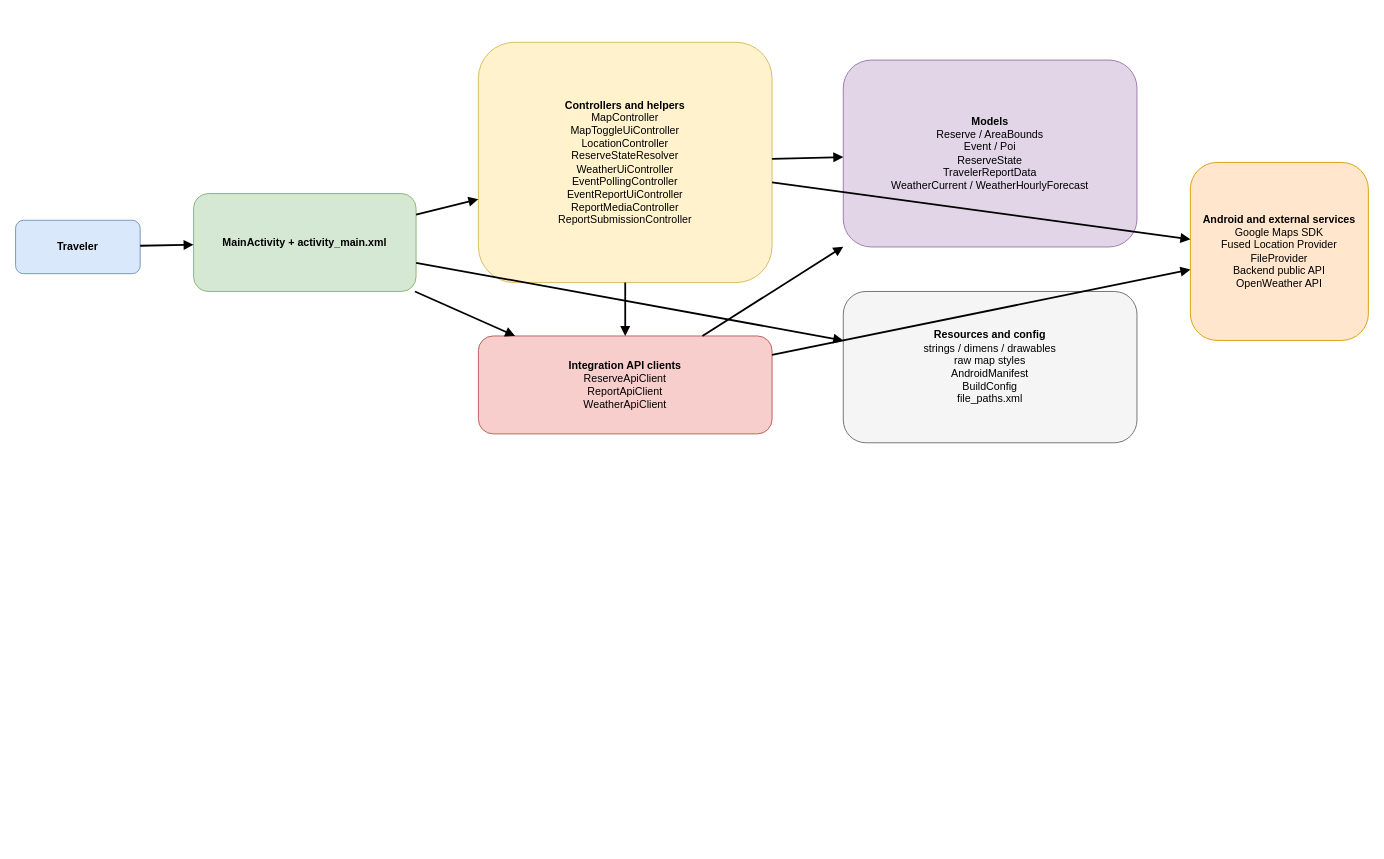
Above: page "Architecture" (1 of 2) of docs/traveler_app_block_diagram.drawio in noamzaiden/nature-reserve-management-system (draw.io), before the change. Source tidied: cells renumbered, new cells numbered last; positions are measured from the earlier drawing's top-left corner, leaving out a move shared by most shapes. Both pictures are drawn from the tidied source at 89%, with x=0, y=0 at pixel (15, 42).
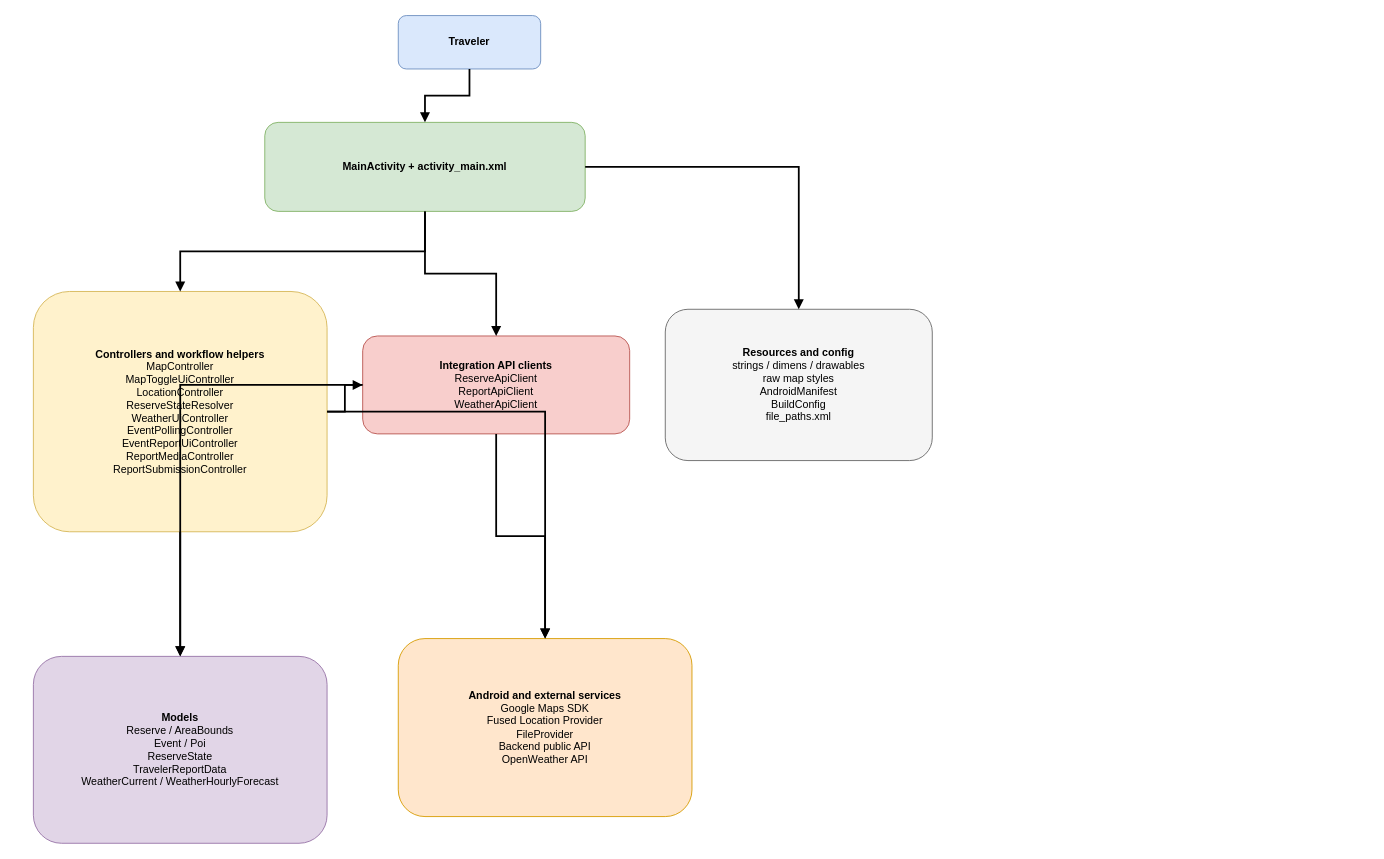
The same diagram, later.

Diff of the diagram source:
```diff
@@
 <mxGraphModel>
   <root>
     <mxCell id="0" />
     <mxCell id="1" parent="0" />
     <mxCell id="2" value="Traveler" style="rounded=1;whiteSpace=wrap;html=1;fillColor=#dae8fc;strokeColor=#6c8ebf;fontStyle=1;" parent="1" vertex="1">
-      <mxGeometry y="200" width="140" height="60" as="geometry" />
+      <mxGeometry x="430" y="-30" width="160" height="60" as="geometry" />
     </mxCell>
     <mxCell id="3" value="MainActivity + activity_main.xml" style="rounded=1;whiteSpace=wrap;html=1;fillColor=#d5e8d4;strokeColor=#82b366;fontStyle=1;" parent="1" vertex="1">
-      <mxGeometry x="200" y="170" width="250" height="110" as="geometry" />
+      <mxGeometry x="280" y="90" width="360" height="100" as="geometry" />
     </mxCell>
-    <mxCell id="4" value="Controllers and helpers&lt;br&gt;&lt;span style=&quot;font-weight: normal;&quot;&gt;MapController&lt;br&gt;MapToggleUiController&lt;br&gt;LocationController&lt;br&gt;ReserveStateResolver&lt;br&gt;WeatherUiController&lt;br&gt;EventPollingController&lt;br&gt;EventReportUiController&lt;br&gt;ReportMediaController&lt;br&gt;ReportSubmissionController&lt;/span&gt;" style="rounded=1;whiteSpace=wrap;html=1;fillColor=#fff2cc;strokeColor=#d6b656;fontStyle=1;" parent="1" vertex="1">
-      <mxGeometry x="520" width="330" height="270" as="geometry" />
+    <mxCell id="4" value="Controllers and workflow helpers&lt;br&gt;&lt;span style=&quot;font-weight: normal;&quot;&gt;MapController&lt;br&gt;MapToggleUiController&lt;br&gt;LocationController&lt;br&gt;ReserveStateResolver&lt;br&gt;WeatherUiController&lt;br&gt;EventPollingController&lt;br&gt;EventReportUiController&lt;br&gt;ReportMediaController&lt;br&gt;ReportSubmissionController&lt;/span&gt;" style="rounded=1;whiteSpace=wrap;html=1;fillColor=#fff2cc;strokeColor=#d6b656;fontStyle=1;" parent="1" vertex="1">
+      <mxGeometry x="20" y="280" width="330" height="270" as="geometry" />
     </mxCell>
     <mxCell id="5" value="Integration API clients&lt;br&gt;&lt;span style=&quot;font-weight: normal;&quot;&gt;ReserveApiClient&lt;br&gt;ReportApiClient&lt;br&gt;WeatherApiClient&lt;/span&gt;" style="rounded=1;whiteSpace=wrap;html=1;fillColor=#f8cecc;strokeColor=#b85450;fontStyle=1;" parent="1" vertex="1">
-      <mxGeometry x="520" y="330" width="330" height="110" as="geometry" />
+      <mxGeometry x="390" y="330" width="300" height="110" as="geometry" />
     </mxCell>
+    <mxCell id="7" value="Resources and config&lt;br&gt;&lt;span style=&quot;font-weight: normal;&quot;&gt;strings / dimens / drawables&lt;br&gt;raw map styles&lt;br&gt;AndroidManifest&lt;br&gt;BuildConfig&lt;br&gt;file_paths.xml&lt;/span&gt;" style="rounded=1;whiteSpace=wrap;html=1;fillColor=#f5f5f5;strokeColor=#666666;fontStyle=1;" parent="1" vertex="1">
+      <mxGeometry x="730" y="300" width="300" height="170" as="geometry" />
+    </mxCell>
     <mxCell id="6" value="Models&lt;br&gt;&lt;span style=&quot;font-weight: normal;&quot;&gt;Reserve / AreaBounds&lt;br&gt;Event / Poi&lt;br&gt;ReserveState&lt;br&gt;TravelerReportData&lt;br&gt;WeatherCurrent / WeatherHourlyForecast&lt;/span&gt;" style="rounded=1;whiteSpace=wrap;html=1;fillColor=#e1d5e7;strokeColor=#9673a6;fontStyle=1;" parent="1" vertex="1">
-      <mxGeometry x="930" y="20" width="330" height="210" as="geometry" />
+      <mxGeometry x="20" y="690" width="330" height="210" as="geometry" />
     </mxCell>
-    <mxCell id="7" value="Resources and config&lt;br&gt;&lt;span style=&quot;font-weight: normal;&quot;&gt;strings / dimens / drawables&lt;br&gt;raw map styles&lt;br&gt;AndroidManifest&lt;br&gt;BuildConfig&lt;br&gt;file_paths.xml&lt;/span&gt;" style="rounded=1;whiteSpace=wrap;html=1;fillColor=#f5f5f5;strokeColor=#666666;fontStyle=1;" parent="1" vertex="1">
-      <mxGeometry x="930" y="280" width="330" height="170" as="geometry" />
-    </mxCell>
     <mxCell id="8" value="Android and external services&lt;br&gt;&lt;span style=&quot;font-weight: normal;&quot;&gt;Google Maps SDK&lt;br&gt;Fused Location Provider&lt;br&gt;FileProvider&lt;br&gt;Backend public API&lt;br&gt;OpenWeather API&lt;/span&gt;" style="rounded=1;whiteSpace=wrap;html=1;fillColor=#ffe6cc;strokeColor=#d79b00;fontStyle=1;" parent="1" vertex="1">
-      <mxGeometry x="1320" y="135" width="200" height="200" as="geometry" />
+      <mxGeometry x="430" y="670" width="330" height="200" as="geometry" />
     </mxCell>
-    <mxCell id="9" style="endArrow=block;endFill=1;html=1;strokeWidth=2;" parent="1" edge="1" source="2" target="3">
+    <mxCell id="9" style="edgeStyle=orthogonalEdgeStyle;rounded=0;jettySize=auto;endArrow=block;endFill=1;html=1;strokeWidth=2;" parent="1" edge="1" source="2" target="3">
       <mxGeometry relative="1" as="geometry" />
     </mxCell>
-    <mxCell id="10" style="endArrow=block;endFill=1;html=1;strokeWidth=2;" parent="1" edge="1" source="3" target="4">
+    <mxCell id="10" style="edgeStyle=orthogonalEdgeStyle;rounded=0;jettySize=auto;endArrow=block;endFill=1;html=1;strokeWidth=2;" parent="1" edge="1" source="3" target="4">
       <mxGeometry relative="1" as="geometry" />
     </mxCell>
-    <mxCell id="11" style="endArrow=block;endFill=1;html=1;strokeWidth=2;" parent="1" edge="1" source="3" target="5">
+    <mxCell id="11" style="edgeStyle=orthogonalEdgeStyle;rounded=0;jettySize=auto;endArrow=block;endFill=1;html=1;strokeWidth=2;" parent="1" edge="1" source="3" target="5">
       <mxGeometry relative="1" as="geometry" />
     </mxCell>
-    <mxCell id="12" style="endArrow=block;endFill=1;html=1;strokeWidth=2;" parent="1" edge="1" source="3" target="7">
+    <mxCell id="12" style="edgeStyle=orthogonalEdgeStyle;rounded=0;jettySize=auto;endArrow=block;endFill=1;html=1;strokeWidth=2;" parent="1" edge="1" source="3" target="7">
       <mxGeometry relative="1" as="geometry" />
     </mxCell>
-    <mxCell id="13" style="endArrow=block;endFill=1;html=1;strokeWidth=2;" parent="1" edge="1" source="4" target="5">
+    <mxCell id="13" style="edgeStyle=orthogonalEdgeStyle;rounded=0;jettySize=auto;endArrow=block;endFill=1;html=1;strokeWidth=2;" parent="1" edge="1" source="4" target="5">
       <mxGeometry relative="1" as="geometry" />
     </mxCell>
-    <mxCell id="14" style="endArrow=block;endFill=1;html=1;strokeWidth=2;" parent="1" edge="1" source="4" target="6">
+    <mxCell id="14" style="edgeStyle=orthogonalEdgeStyle;rounded=0;jettySize=auto;endArrow=block;endFill=1;html=1;strokeWidth=2;" parent="1" edge="1" source="4" target="6">
       <mxGeometry relative="1" as="geometry" />
     </mxCell>
-    <mxCell id="15" style="endArrow=block;endFill=1;html=1;strokeWidth=2;" parent="1" edge="1" source="5" target="6">
+    <mxCell id="15" style="edgeStyle=orthogonalEdgeStyle;rounded=0;jettySize=auto;endArrow=block;endFill=1;html=1;strokeWidth=2;" parent="1" edge="1" source="5" target="6">
       <mxGeometry relative="1" as="geometry" />
     </mxCell>
-    <mxCell id="16" style="endArrow=block;endFill=1;html=1;strokeWidth=2;" parent="1" edge="1" source="4" target="8">
+    <mxCell id="16" style="edgeStyle=orthogonalEdgeStyle;rounded=0;jettySize=auto;endArrow=block;endFill=1;html=1;strokeWidth=2;" parent="1" edge="1" source="4" target="8">
       <mxGeometry relative="1" as="geometry" />
     </mxCell>
-    <mxCell id="17" style="endArrow=block;endFill=1;html=1;strokeWidth=2;" parent="1" edge="1" source="5" target="8">
+    <mxCell id="17" style="edgeStyle=orthogonalEdgeStyle;rounded=0;jettySize=auto;endArrow=block;endFill=1;html=1;strokeWidth=2;" parent="1" edge="1" source="5" target="8">
       <mxGeometry relative="1" as="geometry" />
     </mxCell>
   </root>
 </mxGraphModel>
```
